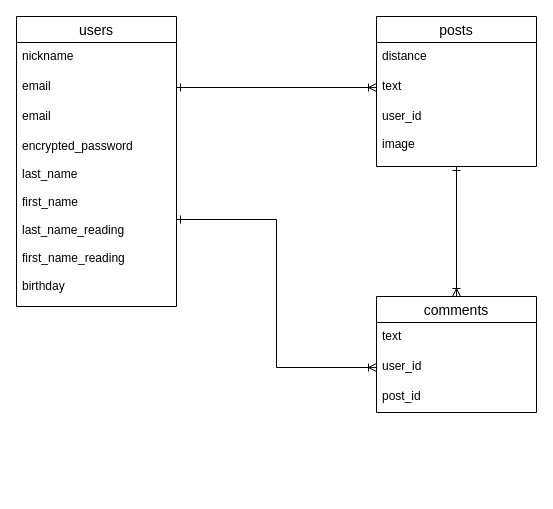
Above: ER.dio in wakame-se/run-share (draw.io), before the change. Source tidied: cells renumbered, new cells numbered last; positions are measured from the earlier drawing's top-left corner, leaving out a move shared by most shapes. Both pictures are drawn from the tidied source at 100%, with x=0, y=0 at pixel (16, 16).
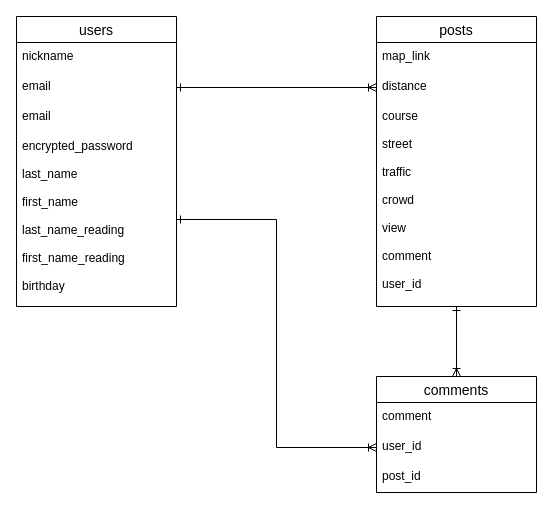
The same diagram, later.

Diff of the diagram source:
```diff
@@
 <mxGraphModel>
   <root>
     <mxCell id="0" />
     <mxCell id="1" parent="0" />
     <mxCell id="2" value="users" style="swimlane;fontStyle=0;horizontal=1;startSize=26;align=center;fontSize=14;" parent="1" vertex="1">
       <mxGeometry width="160" height="290" as="geometry" />
     </mxCell>
     <mxCell id="3" value="nickname" style="text;strokeColor=none;fillColor=none;spacingLeft=4;spacingRight=4;overflow=hidden;fontSize=12;" parent="2" vertex="1">
       <mxGeometry y="26" width="160" height="30" as="geometry" />
     </mxCell>
     <mxCell id="4" value="email" style="text;strokeColor=none;fillColor=none;spacingLeft=4;spacingRight=4;overflow=hidden;points=[[0,0.5],[1,0.5]];portConstraint=eastwest;fontSize=12;" parent="2" vertex="1">
       <mxGeometry y="56" width="160" height="30" as="geometry" />
     </mxCell>
     <mxCell id="5" value="email" style="text;strokeColor=none;fillColor=none;spacingLeft=4;spacingRight=4;overflow=hidden;fontSize=12;" parent="2" vertex="1">
       <mxGeometry y="86" width="160" height="30" as="geometry" />
     </mxCell>
     <mxCell id="6" value="encrypted_password&#10;&#10;last_name&#10;&#10;first_name&#10;&#10;last_name_reading&#10;&#10;first_name_reading&#10;&#10;birthday" style="text;strokeColor=none;fillColor=none;spacingLeft=4;spacingRight=4;overflow=hidden;points=[[0,0.5],[1,0.5]];portConstraint=eastwest;fontSize=12;" parent="2" vertex="1">
       <mxGeometry y="116" width="160" height="174" as="geometry" />
     </mxCell>
     <mxCell id="7" style="edgeStyle=orthogonalEdgeStyle;rounded=0;jettySize=auto;html=1;entryX=0.5;entryY=0;entryDx=0;entryDy=0;startArrow=ERone;startFill=0;endArrow=ERoneToMany;endFill=0;" parent="1" edge="1" source="8" target="12">
       <mxGeometry relative="1" as="geometry" />
     </mxCell>
     <mxCell id="8" value="posts" style="swimlane;fontStyle=0;horizontal=1;startSize=26;align=center;fontSize=14;" parent="1" vertex="1">
-      <mxGeometry x="360" width="160" height="150" as="geometry" />
+      <mxGeometry x="360" width="160" height="290" as="geometry" />
     </mxCell>
-    <mxCell id="9" value="distance" style="text;strokeColor=none;fillColor=none;spacingLeft=4;spacingRight=4;overflow=hidden;fontSize=12;" parent="8" vertex="1">
+    <mxCell id="9" value="map_link" style="text;strokeColor=none;fillColor=none;spacingLeft=4;spacingRight=4;overflow=hidden;fontSize=12;" parent="8" vertex="1">
       <mxGeometry y="26" width="160" height="30" as="geometry" />
     </mxCell>
-    <mxCell id="10" value="text" style="text;strokeColor=none;fillColor=none;spacingLeft=4;spacingRight=4;overflow=hidden;points=[[0,0.5],[1,0.5]];portConstraint=eastwest;fontSize=12;" parent="8" vertex="1">
+    <mxCell id="10" value="distance" style="text;strokeColor=none;fillColor=none;spacingLeft=4;spacingRight=4;overflow=hidden;points=[[0,0.5],[1,0.5]];portConstraint=eastwest;fontSize=12;" parent="8" vertex="1">
       <mxGeometry y="56" width="160" height="30" as="geometry" />
     </mxCell>
-    <mxCell id="11" value="user_id&#10;&#10;image" style="text;strokeColor=none;fillColor=none;spacingLeft=4;spacingRight=4;overflow=hidden;fontSize=12;" parent="8" vertex="1">
-      <mxGeometry y="86" width="160" height="64" as="geometry" />
+    <mxCell id="11" value="course&#10;&#10;street&#10;&#10;traffic&#10;&#10;crowd&#10;&#10;view&#10;&#10;comment&#10;&#10;user_id" style="text;strokeColor=none;fillColor=none;spacingLeft=4;spacingRight=4;overflow=hidden;fontSize=12;" parent="8" vertex="1">
+      <mxGeometry y="86" width="160" height="204" as="geometry" />
     </mxCell>
     <mxCell id="12" value="comments" style="swimlane;fontStyle=0;horizontal=1;startSize=26;align=center;fontSize=14;" parent="1" vertex="1">
-      <mxGeometry x="360" y="280" width="160" height="116" as="geometry" />
+      <mxGeometry x="360" y="360" width="160" height="116" as="geometry" />
     </mxCell>
-    <mxCell id="13" value="text" style="text;strokeColor=none;fillColor=none;spacingLeft=4;spacingRight=4;overflow=hidden;fontSize=12;" parent="12" vertex="1">
+    <mxCell id="13" value="comment" style="text;strokeColor=none;fillColor=none;spacingLeft=4;spacingRight=4;overflow=hidden;fontSize=12;" parent="12" vertex="1">
       <mxGeometry y="26" width="160" height="30" as="geometry" />
     </mxCell>
     <mxCell id="14" value="user_id" style="text;strokeColor=none;fillColor=none;spacingLeft=4;spacingRight=4;overflow=hidden;points=[[0,0.5],[1,0.5]];portConstraint=eastwest;fontSize=12;" parent="12" vertex="1">
       <mxGeometry y="56" width="160" height="30" as="geometry" />
     </mxCell>
     <mxCell id="15" value="post_id" style="text;strokeColor=none;fillColor=none;spacingLeft=4;spacingRight=4;overflow=hidden;fontSize=12;" parent="12" vertex="1">
       <mxGeometry y="86" width="160" height="30" as="geometry" />
     </mxCell>
     <mxCell id="16" style="edgeStyle=orthogonalEdgeStyle;rounded=0;jettySize=auto;html=1;entryX=0;entryY=0.5;entryDx=0;entryDy=0;endArrow=ERoneToMany;endFill=0;startArrow=ERone;startFill=0;" parent="1" edge="1" source="4" target="10">
       <mxGeometry relative="1" as="geometry" />
     </mxCell>
     <mxCell id="17" style="edgeStyle=orthogonalEdgeStyle;rounded=0;jettySize=auto;html=1;entryX=0;entryY=0.5;entryDx=0;entryDy=0;startArrow=ERone;startFill=0;endArrow=ERoneToMany;endFill=0;" parent="1" edge="1" source="6" target="14">
       <mxGeometry relative="1" as="geometry" />
     </mxCell>
   </root>
 </mxGraphModel>
```
